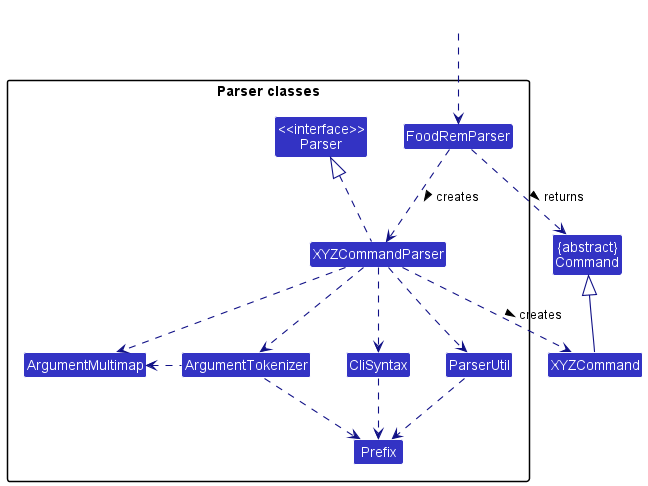
c-wenlong/tp keeps this PlantUML diagram as docs/images/ParserClasses.png. Above is the earlier version. Its diagram source:
```plantuml
@startuml
!include style.puml
skinparam arrowThickness 1.1
skinparam arrowColor LOGIC_COLOR_T4
skinparam classBackgroundColor LOGIC_COLOR

Class "{abstract}\nCommand" as Command
Class XYZCommand

package "Parser classes"{
Class "<<interface>>\nParser" as Parser
Class FoodRemParser
Class XYZCommandParser
Class CliSyntax
Class ParserUtil
Class ArgumentMultimap
Class ArgumentTokenizer
Class Prefix
}

Class HiddenOutside #FFFFFF
HiddenOutside ..> FoodRemParser

FoodRemParser .down.> XYZCommandParser: creates >

XYZCommandParser ..> XYZCommand : creates >
FoodRemParser ..> Command : returns >
XYZCommandParser .up.|> Parser
XYZCommandParser ..> ArgumentMultimap
XYZCommandParser ..> ArgumentTokenizer
ArgumentTokenizer .left.> ArgumentMultimap
XYZCommandParser ..> CliSyntax
CliSyntax ..> Prefix
XYZCommandParser ..> ParserUtil
ParserUtil .down.> Prefix
ArgumentTokenizer .down.> Prefix
XYZCommand -up-|> Command
@enduml
```
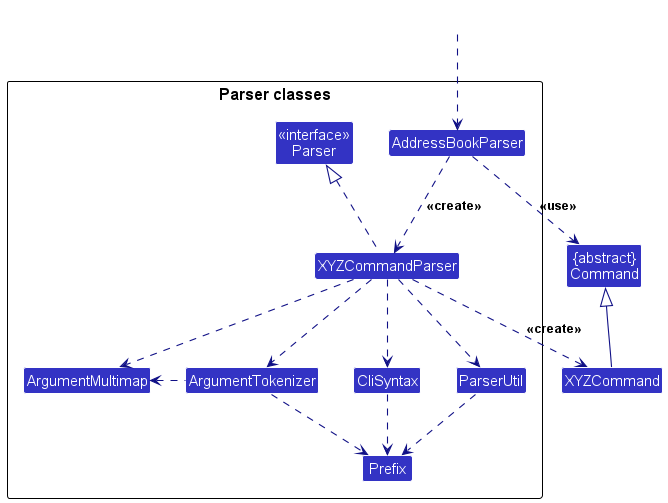
After the change.

What changed in the source:
```diff
@@ -9,7 +9,7 @@
 
 package "Parser classes"{
 Class "<<interface>>\nParser" as Parser
-Class FoodRemParser
+Class AddressBookParser
 Class XYZCommandParser
 Class CliSyntax
 Class ParserUtil
@@ -19,12 +19,12 @@
 }
 
 Class HiddenOutside #FFFFFF
-HiddenOutside ..> FoodRemParser
+HiddenOutside ..> AddressBookParser
 
-FoodRemParser .down.> XYZCommandParser: creates >
+AddressBookParser .down.> XYZCommandParser: <<create>>
 
-XYZCommandParser ..> XYZCommand : creates >
-FoodRemParser ..> Command : returns >
+XYZCommandParser ..> XYZCommand : <<create>>
+AddressBookParser ..> Command : <<use>>
 XYZCommandParser .up.|> Parser
 XYZCommandParser ..> ArgumentMultimap
 XYZCommandParser ..> ArgumentTokenizer
```
